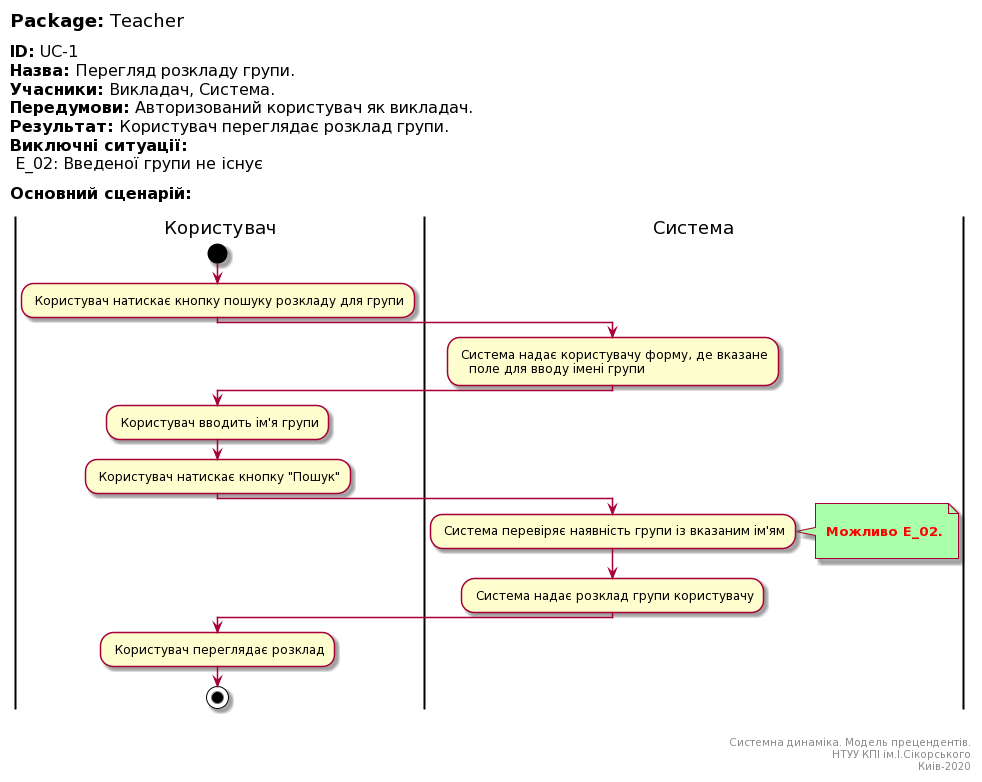
The PlantUML diagram docs/UML_Diagrams/scenarios/teacher/diagrams/UC-1.png in vladlinu/TeamOne, before a commit.
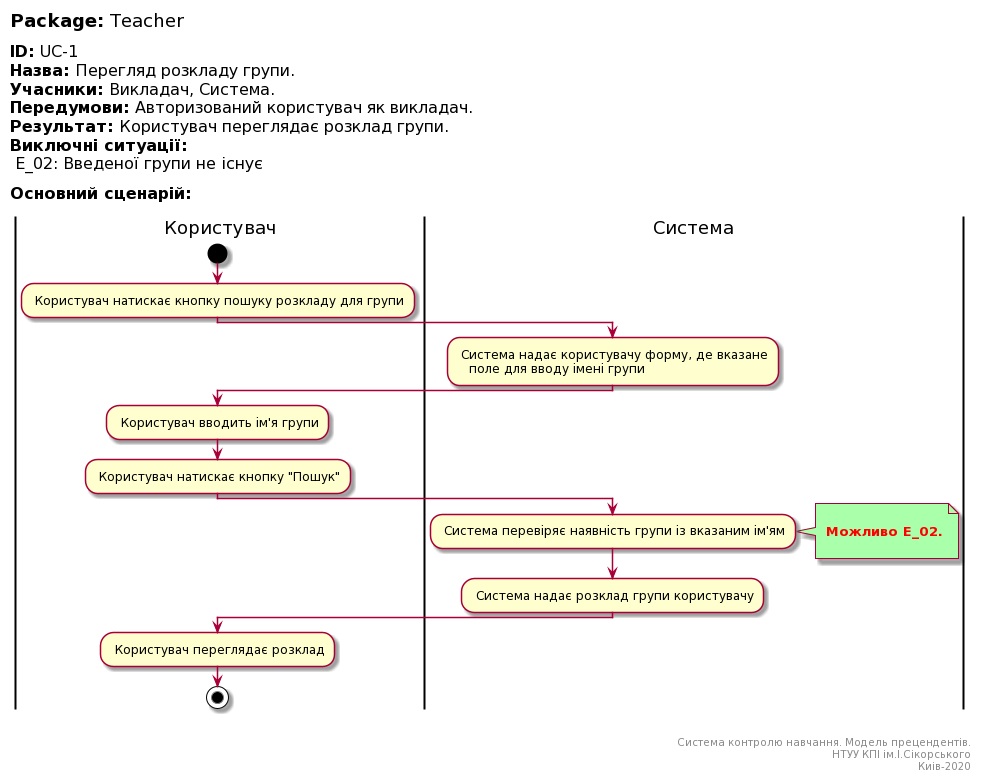
Above is the later version.

Diff of the diagram source:
```diff
@@ -46,7 +46,7 @@
 right footer
 
 
-Системна динаміка. Модель прецендентів.
+Система контролю навчання. Модель прецендентів.
 НТУУ КПІ ім.І.Сікорського
 Киів-2020
 end footer
```
